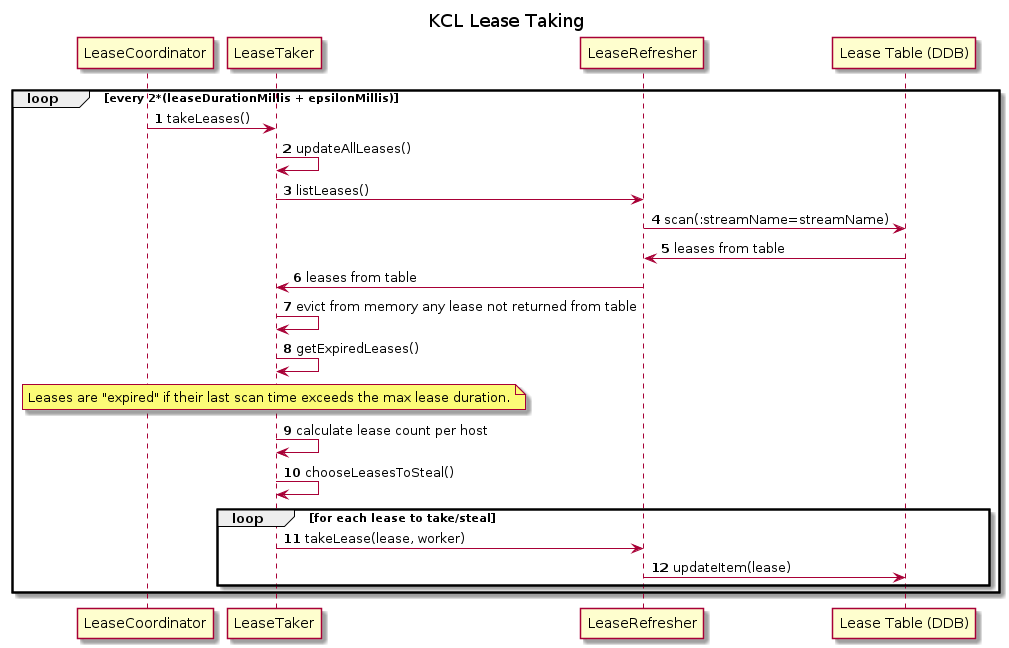
Above: docs/images/lease-taking.png in awslabs/amazon-kinesis-client (PlantUML), before the change.
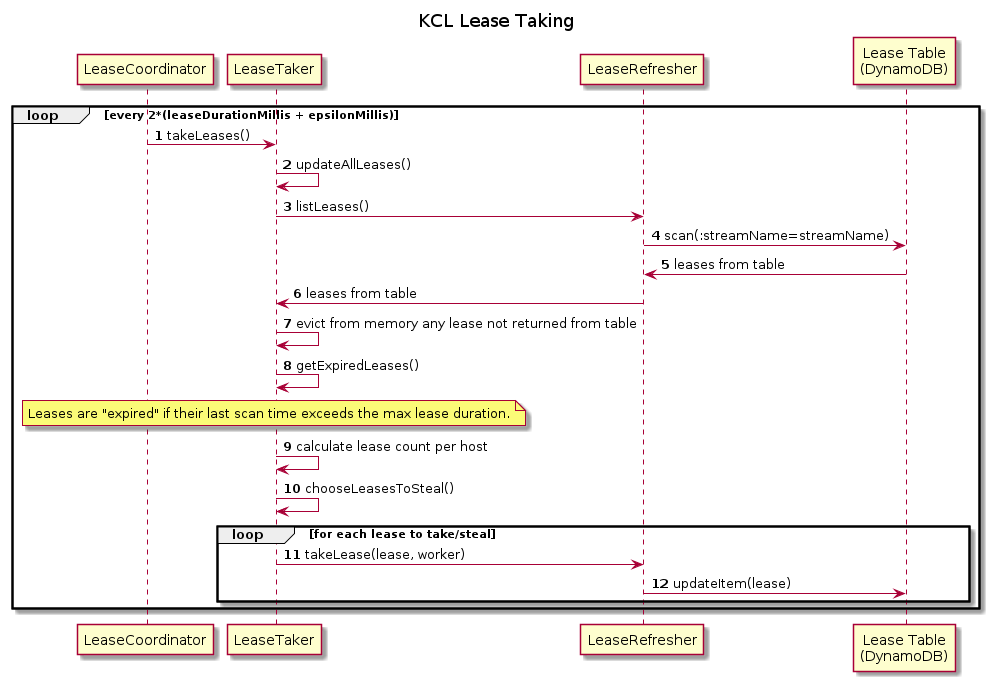
Above is the later version.

The edit, as a diff of the source:
```diff
@@ -7,7 +7,7 @@
 participant LeaseCoordinator as LC
 participant LeaseTaker as LT
 participant LeaseRefresher as LR
-participant "Lease Table (DDB)" as DDB
+participant "Lease Table\n(DynamoDB)" as DDB
 
 loop every 2*(leaseDurationMillis + epsilonMillis)
   LC->LT: takeLeases()
```
